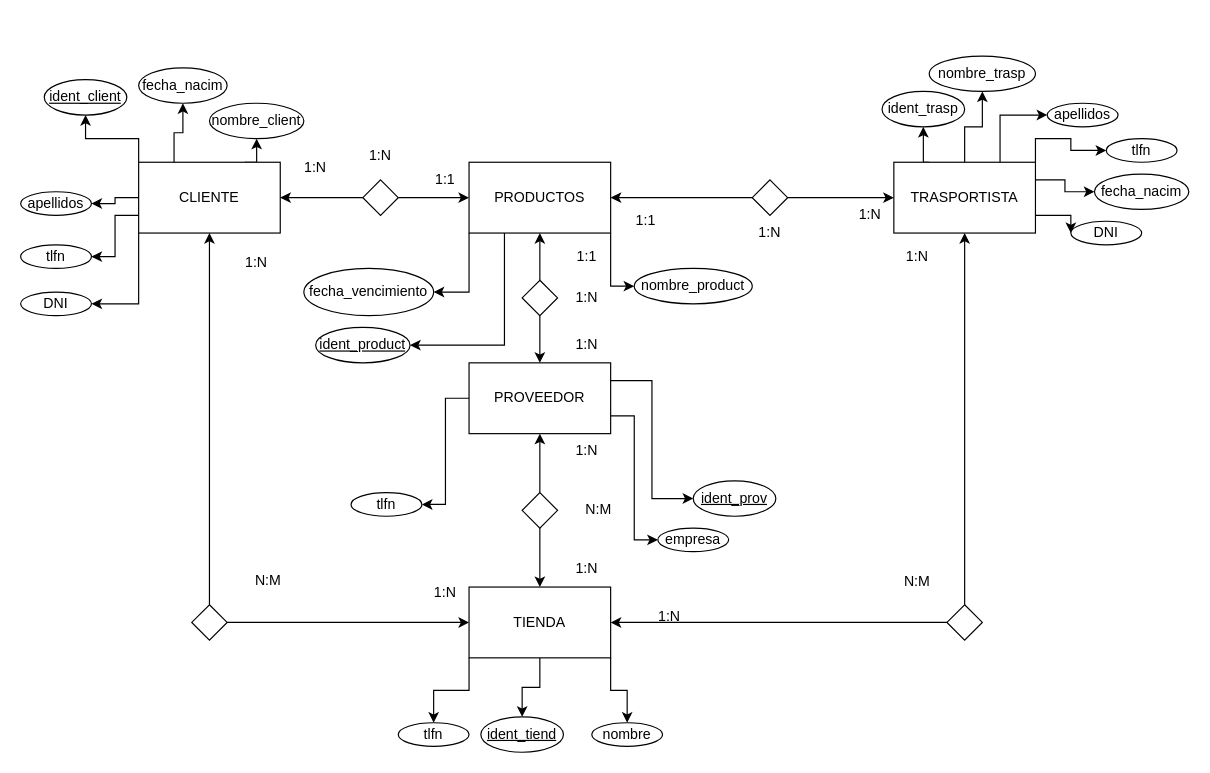
UNAI42MB/GRUPO3-UNAI-NELSON-ADRIAN keeps this draw.io diagram as Bases_de_Datos/Entidad_Relacion/DiagramaEntidadRelacion.drawio. Above is the earlier version. Source tidied: cells renumbered, new cells numbered last; positions are measured from the earlier drawing's top-left corner, leaving out a move shared by most shapes. Both pictures are drawn from the tidied source at 118%, with x=0, y=0 at pixel (20, 55).
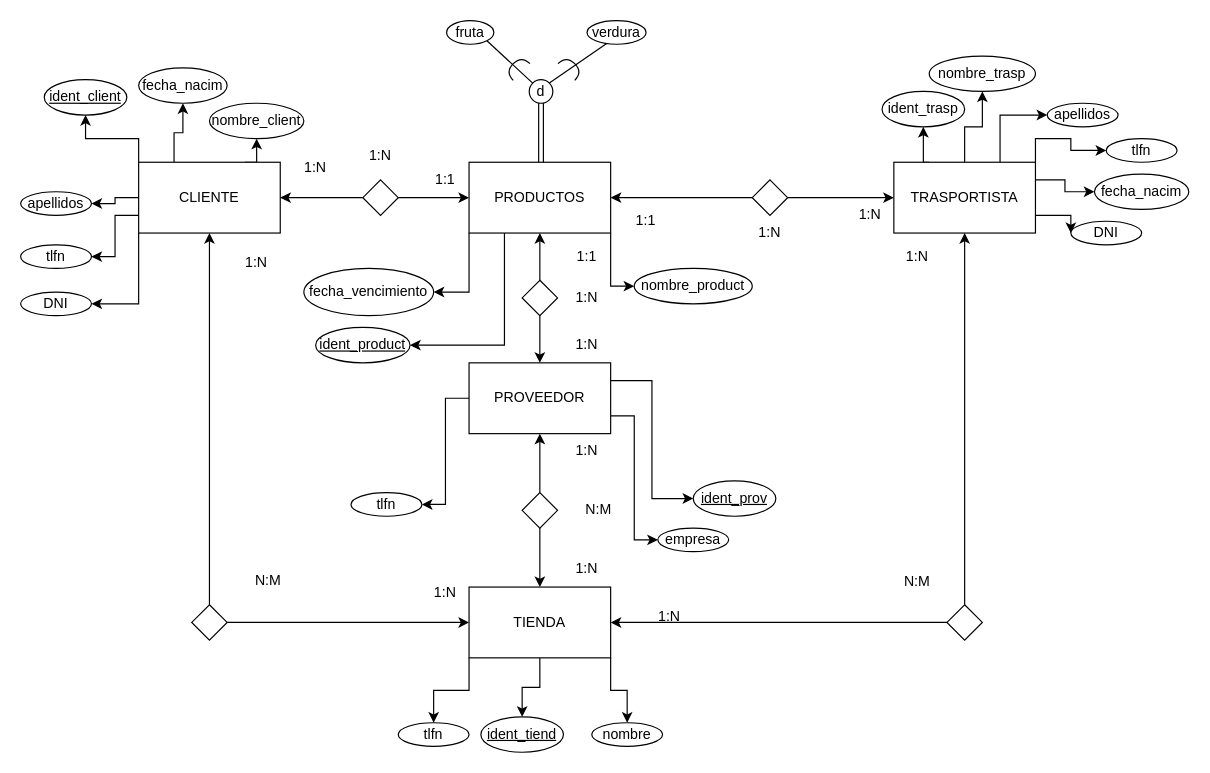
After the change.

Commit message:
Vuelvo a añadir herencia al diagrama entidad relacion

What changed in the source:
```diff
@@
+    <mxCell id="85" style="endArrow=none;html=1;rounded=0;entryX=1;entryY=0;entryDx=0;entryDy=0;exitX=0;exitY=1;exitDx=0;exitDy=0;" parent="1" edge="1" target="88">
+      <mxGeometry relative="1" as="geometry">
+        <mxPoint x="500" y="-13" as="sourcePoint" />
+      </mxGeometry>
+    </mxCell>
+    <mxCell id="86" style="shape=requiredInterface;html=1;verticalLabelPosition=bottom;sketch=0;rotation=-135;" parent="1" vertex="1">
+      <mxGeometry x="416" width="10" height="20" as="geometry" />
+    </mxCell>
+    <mxCell id="87" value="fruta" style="ellipse;whiteSpace=wrap;html=1;" parent="1" vertex="1">
+      <mxGeometry x="361" y="-30" width="40" height="20" as="geometry" />
+    </mxCell>
+    <mxCell id="88" value="d" style="ellipse;whiteSpace=wrap;html=1;" parent="1" vertex="1">
+      <mxGeometry x="431" y="20" width="20" height="20" as="geometry" />
+    </mxCell>
+    <mxCell id="89" style="shape=link;html=1;rounded=0;exitX=0.5;exitY=1;exitDx=0;exitDy=0;entryX=0.5;entryY=0;entryDx=0;entryDy=0;" parent="1" edge="1" source="88">
+      <mxGeometry relative="1" as="geometry">
+        <mxPoint x="441" y="90" as="targetPoint" />
+      </mxGeometry>
+    </mxCell>
+    <mxCell id="90" style="shape=requiredInterface;html=1;verticalLabelPosition=bottom;sketch=0;rotation=-45;" parent="1" vertex="1">
+      <mxGeometry x="461" width="10" height="20" as="geometry" />
+    </mxCell>
+    <mxCell id="91" style="endArrow=none;html=1;rounded=0;entryX=1;entryY=1;entryDx=0;entryDy=0;exitX=0;exitY=0;exitDx=0;exitDy=0;" parent="1" edge="1" source="88" target="87">
+      <mxGeometry relative="1" as="geometry" />
+    </mxCell>
+    <mxCell id="92" value="verdura" style="ellipse;whiteSpace=wrap;html=1;" parent="1" vertex="1">
+      <mxGeometry x="480" y="-30" width="50" height="20" as="geometry" />
+    </mxCell>
```
